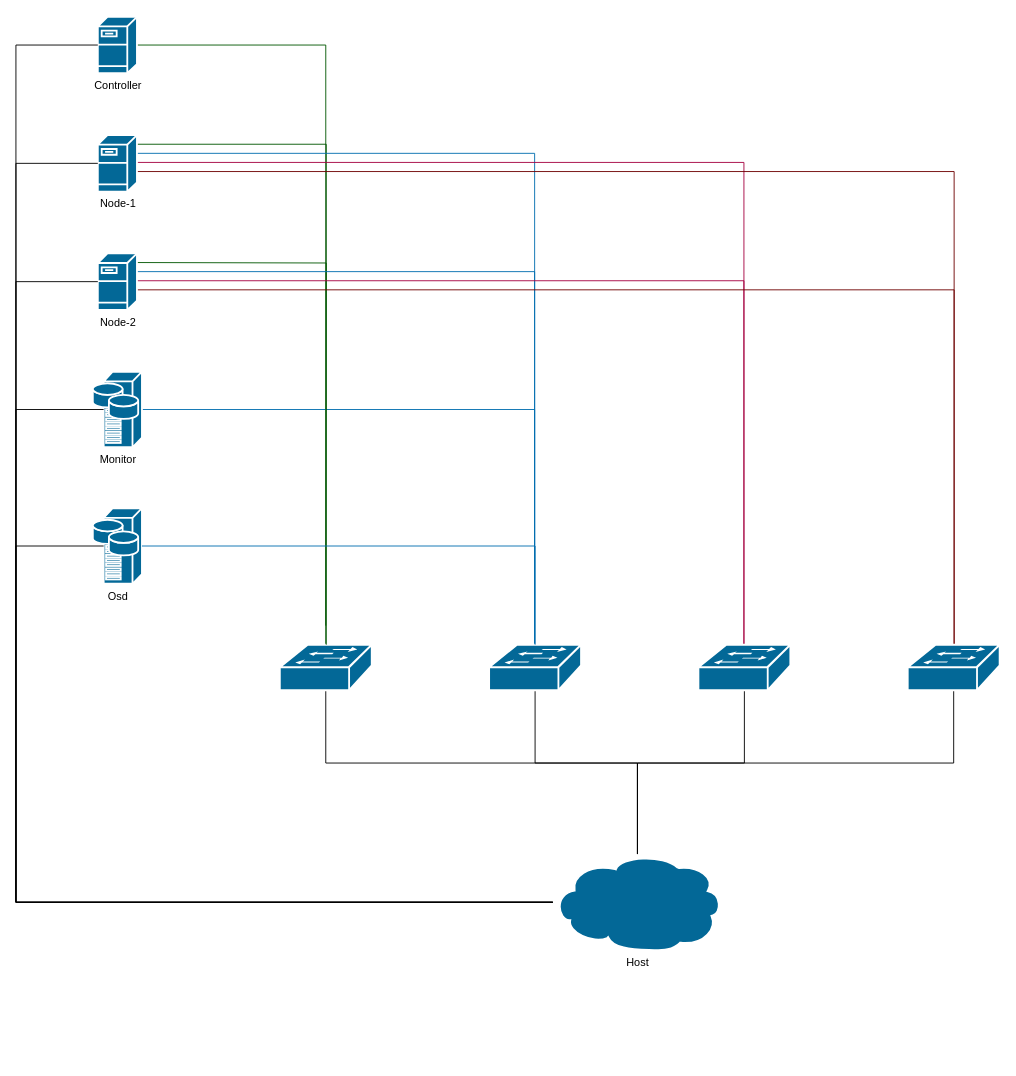
This is docs/img/network.drawio from kkemis/Design-of-on-premises-private-cloud-deployment-on-MENDELU, a draw.io file, before an edit. Source tidied: cells renumbered, new cells numbered last; positions are measured from the earlier drawing's top-left corner, leaving out a move shared by most shapes. Both pictures are drawn from the tidied source at 91%, with x=0, y=0 at pixel (15, 16).
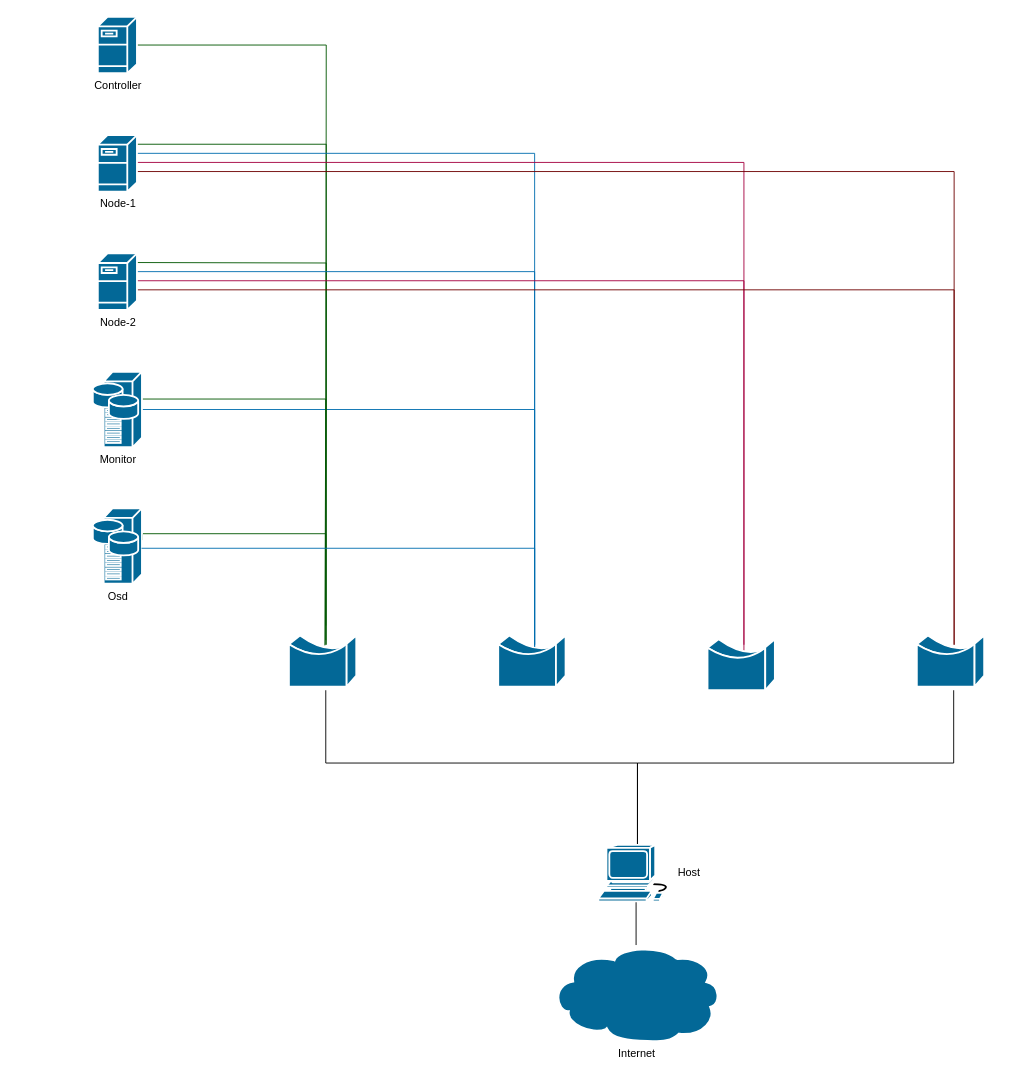
Above is the later version.

Unchanged cells that the change refers to:
```xml
<mxCell id="3" value="Controller" style="shape=mxgraph.cisco.servers.fileserver;sketch=0;html=1;dashed=0;fillColor=#036897;strokeColor=#ffffff;strokeWidth=2;verticalLabelPosition=bottom;verticalAlign=top;align=center;outlineConnect=0;" parent="1" vertex="1">
  <mxGeometry x="90" width="43" height="62" as="geometry" />
</mxCell>
<mxCell id="5" value="Monitor" style="shape=mxgraph.cisco.servers.storage_server;sketch=0;html=1;dashed=0;fillColor=#036897;strokeColor=#ffffff;strokeWidth=2;verticalLabelPosition=bottom;verticalAlign=top;align=center;outlineConnect=0;" parent="1" vertex="1">
  <mxGeometry x="84.5" y="390" width="54" height="83" as="geometry" />
</mxCell>
<mxCell id="12" value="Node-1" style="shape=mxgraph.cisco.servers.fileserver;sketch=0;html=1;dashed=0;fillColor=#036897;strokeColor=#ffffff;strokeWidth=2;verticalLabelPosition=bottom;verticalAlign=top;align=center;outlineConnect=0;" parent="1" vertex="1">
  <mxGeometry x="90" y="130" width="43" height="62" as="geometry" />
</mxCell>
<mxCell id="17" value="Node-2" style="shape=mxgraph.cisco.servers.fileserver;sketch=0;html=1;dashed=0;fillColor=#036897;strokeColor=#ffffff;strokeWidth=2;verticalLabelPosition=bottom;verticalAlign=top;align=center;outlineConnect=0;" parent="1" vertex="1">
  <mxGeometry x="90" y="260" width="43" height="62" as="geometry" />
</mxCell>
<mxCell id="18" value="Osd" style="shape=mxgraph.cisco.servers.storage_server;sketch=0;html=1;dashed=0;fillColor=#036897;strokeColor=#ffffff;strokeWidth=2;verticalLabelPosition=bottom;verticalAlign=top;align=center;outlineConnect=0;" parent="1" vertex="1">
  <mxGeometry x="84.5" y="540" width="54" height="83" as="geometry" />
</mxCell>
```

Diff of the diagram source:
```diff
@@
-    <mxCell id="2" style="edgeStyle=orthogonalEdgeStyle;rounded=0;jettySize=auto;html=1;fillColor=#008a00;strokeColor=#005700;endArrow=none;endFill=0;" parent="1" edge="1" source="3" target="7">
-      <mxGeometry relative="1" as="geometry" />
+    <mxCell id="2" style="edgeStyle=orthogonalEdgeStyle;rounded=0;jettySize=auto;html=1;fillColor=#008a00;strokeColor=#005700;endArrow=none;endFill=0;" parent="1" edge="1" source="3">
+      <mxGeometry relative="1" as="geometry">
+        <mxPoint x="340.5" y="690" as="targetPoint" />
+      </mxGeometry>
     </mxCell>
@@
-    <mxCell id="4" style="edgeStyle=orthogonalEdgeStyle;rounded=0;jettySize=auto;html=1;fillColor=#1ba1e2;strokeColor=#006EAF;endArrow=none;endFill=0;" parent="1" edge="1" source="5" target="22">
+    <mxCell id="4" style="edgeStyle=orthogonalEdgeStyle;rounded=0;jettySize=auto;html=1;fillColor=#1ba1e2;strokeColor=#006EAF;endArrow=none;endFill=0;" parent="1" edge="1" source="5">
       <mxGeometry relative="1" as="geometry">
+        <mxPoint x="570" y="690" as="targetPoint" />
         <Array as="points">
           <mxPoint x="570" y="431" />
         </Array>
       </mxGeometry>
     </mxCell>
+    <mxCell id="32" style="edgeStyle=orthogonalEdgeStyle;rounded=0;orthogonalLoop=1;jettySize=auto;html=1;fillColor=#008a00;strokeColor=#005700;endArrow=none;endFill=0;" parent="1" edge="1">
+      <mxGeometry relative="1" as="geometry">
+        <mxPoint x="137" y="420" as="sourcePoint" />
+        <mxPoint x="339.5" y="690.7" as="targetPoint" />
+        <Array as="points">
+          <mxPoint x="340.5" y="420" />
+          <mxPoint x="340.5" y="691" />
+        </Array>
+      </mxGeometry>
+    </mxCell>
@@
-    <mxCell id="6" style="edgeStyle=orthogonalEdgeStyle;rounded=0;jettySize=auto;html=1;endArrow=none;endFill=0;" parent="1" edge="1" source="7" target="27">
+    <mxCell id="6" style="edgeStyle=orthogonalEdgeStyle;rounded=0;jettySize=auto;html=1;endArrow=none;endFill=0;" parent="1" edge="1" target="39">
       <mxGeometry relative="1" as="geometry">
+        <mxPoint x="340.5" y="740" as="sourcePoint" />
         <Array as="points">
-          <mxPoint x="341" y="820" />
+          <mxPoint x="340" y="820" />
           <mxPoint x="683" y="820" />
+          <mxPoint x="683" y="961" />
         </Array>
       </mxGeometry>
     </mxCell>
-    <mxCell id="7" style="shape=mxgraph.cisco.switches.workgroup_switch;sketch=0;html=1;dashed=0;fillColor=#036897;strokeColor=#ffffff;strokeWidth=2;verticalLabelPosition=bottom;verticalAlign=top;align=center;outlineConnect=0;" parent="1" vertex="1">
-      <mxGeometry x="290" y="690" width="101" height="50" as="geometry" />
-    </mxCell>
-    <mxCell id="8" style="edgeStyle=orthogonalEdgeStyle;rounded=0;jettySize=auto;html=1;fillColor=#008a00;strokeColor=#005700;endArrow=none;endFill=0;" parent="1" edge="1" source="12" target="7">
+    <mxCell id="8" style="edgeStyle=orthogonalEdgeStyle;rounded=0;jettySize=auto;html=1;fillColor=#008a00;strokeColor=#005700;endArrow=none;endFill=0;" parent="1" edge="1" source="12">
       <mxGeometry relative="1" as="geometry">
+        <mxPoint x="341" y="690" as="targetPoint" />
         <Array as="points">
           <mxPoint x="341" y="140" />
         </Array>
       </mxGeometry>
     </mxCell>
-    <mxCell id="9" style="edgeStyle=orthogonalEdgeStyle;rounded=0;jettySize=auto;html=1;endArrow=none;endFill=0;fillColor=#1ba1e2;strokeColor=#006EAF;" parent="1" edge="1" source="12" target="22">
+    <mxCell id="9" style="edgeStyle=orthogonalEdgeStyle;rounded=0;jettySize=auto;html=1;endArrow=none;endFill=0;fillColor=#1ba1e2;strokeColor=#006EAF;" parent="1" edge="1" source="12">
       <mxGeometry relative="1" as="geometry">
+        <mxPoint x="570" y="690" as="targetPoint" />
         <Array as="points">
           <mxPoint x="570" y="150" />
         </Array>
       </mxGeometry>
     </mxCell>
@@
-    <mxCell id="11" style="edgeStyle=orthogonalEdgeStyle;rounded=0;jettySize=auto;html=1;fillColor=#a20025;strokeColor=#6F0000;endArrow=none;endFill=0;" parent="1" edge="1" source="12" target="24">
+    <mxCell id="11" style="edgeStyle=orthogonalEdgeStyle;rounded=0;jettySize=auto;html=1;fillColor=#a20025;strokeColor=#6F0000;endArrow=none;endFill=0;" parent="1" edge="1" source="12">
       <mxGeometry relative="1" as="geometry">
+        <mxPoint x="1031" y="690" as="targetPoint" />
         <Array as="points">
           <mxPoint x="1031" y="170" />
         </Array>
       </mxGeometry>
     </mxCell>
@@
-    <mxCell id="16" style="edgeStyle=orthogonalEdgeStyle;rounded=0;jettySize=auto;html=1;fillColor=#a20025;strokeColor=#6F0000;endArrow=none;endFill=0;" parent="1" edge="1" source="17" target="24">
+    <mxCell id="16" style="edgeStyle=orthogonalEdgeStyle;rounded=0;jettySize=auto;html=1;fillColor=#a20025;strokeColor=#6F0000;endArrow=none;endFill=0;" parent="1" edge="1" source="17">
       <mxGeometry relative="1" as="geometry">
+        <mxPoint x="1031" y="690" as="targetPoint" />
         <Array as="points">
           <mxPoint x="1031" y="300" />
         </Array>
       </mxGeometry>
     </mxCell>
@@
+    <mxCell id="33" style="edgeStyle=orthogonalEdgeStyle;rounded=0;orthogonalLoop=1;jettySize=auto;html=1;fillColor=#008a00;strokeColor=#005700;endArrow=none;endFill=0;" parent="1" edge="1">
+      <mxGeometry relative="1" as="geometry">
+        <mxPoint x="139" y="575" as="sourcePoint" />
+        <mxPoint x="340.5" y="685" as="targetPoint" />
+        <Array as="points">
+          <mxPoint x="139" y="568" />
+          <mxPoint x="341" y="568" />
+        </Array>
+      </mxGeometry>
+    </mxCell>
@@
-    <mxCell id="19" style="edgeStyle=orthogonalEdgeStyle;rounded=0;jettySize=auto;html=1;endArrow=none;endFill=0;" parent="1" edge="1" source="20" target="27">
-      <mxGeometry relative="1" as="geometry">
-        <Array as="points">
-          <mxPoint x="801" y="820" />
-          <mxPoint x="683" y="820" />
-        </Array>
-      </mxGeometry>
-    </mxCell>
-    <mxCell id="20" style="shape=mxgraph.cisco.switches.workgroup_switch;sketch=0;html=1;dashed=0;fillColor=#036897;strokeColor=#ffffff;strokeWidth=2;verticalLabelPosition=bottom;verticalAlign=top;align=center;outlineConnect=0;" parent="1" vertex="1">
-      <mxGeometry x="750" y="690" width="101" height="50" as="geometry" />
-    </mxCell>
-    <mxCell id="21" style="edgeStyle=orthogonalEdgeStyle;rounded=0;jettySize=auto;html=1;endArrow=none;endFill=0;" parent="1" edge="1" source="22" target="27">
-      <mxGeometry relative="1" as="geometry">
-        <Array as="points">
-          <mxPoint x="571" y="820" />
-          <mxPoint x="683" y="820" />
-        </Array>
-      </mxGeometry>
-    </mxCell>
-    <mxCell id="22" style="shape=mxgraph.cisco.switches.workgroup_switch;sketch=0;html=1;dashed=0;fillColor=#036897;strokeColor=#ffffff;strokeWidth=2;verticalLabelPosition=bottom;verticalAlign=top;align=center;outlineConnect=0;" parent="1" vertex="1">
-      <mxGeometry x="520" y="690" width="101" height="50" as="geometry" />
-    </mxCell>
-    <mxCell id="23" style="edgeStyle=orthogonalEdgeStyle;rounded=0;jettySize=auto;html=1;endArrow=none;endFill=0;" parent="1" edge="1" source="24" target="27">
+    <mxCell id="23" style="edgeStyle=orthogonalEdgeStyle;rounded=0;jettySize=auto;html=1;endArrow=none;endFill=0;" parent="1" edge="1" target="39">
       <mxGeometry relative="1" as="geometry">
+        <mxPoint x="1030.5" y="740" as="sourcePoint" />
         <Array as="points">
-          <mxPoint x="1031" y="820" />
+          <mxPoint x="1030" y="820" />
           <mxPoint x="683" y="820" />
         </Array>
       </mxGeometry>
     </mxCell>
-    <mxCell id="24" style="shape=mxgraph.cisco.switches.workgroup_switch;sketch=0;html=1;dashed=0;fillColor=#036897;strokeColor=#ffffff;strokeWidth=2;verticalLabelPosition=bottom;verticalAlign=top;align=center;outlineConnect=0;" parent="1" vertex="1">
-      <mxGeometry x="980" y="690" width="101" height="50" as="geometry" />
-    </mxCell>
-    <mxCell id="25" style="edgeStyle=orthogonalEdgeStyle;rounded=0;jettySize=auto;html=1;entryX=0.5;entryY=0;entryDx=0;entryDy=0;entryPerimeter=0;endArrow=none;endFill=0;fillColor=#1ba1e2;strokeColor=#006EAF;" parent="1" edge="1" source="18" target="22">
+    <mxCell id="25" style="edgeStyle=orthogonalEdgeStyle;rounded=0;orthogonalLoop=1;jettySize=auto;html=1;entryX=0.5;entryY=0;entryDx=0;entryDy=0;entryPerimeter=0;endArrow=none;endFill=0;fillColor=#1ba1e2;strokeColor=#006EAF;" parent="1" edge="1">
       <mxGeometry relative="1" as="geometry">
+        <mxPoint x="138" y="584" as="sourcePoint" />
+        <mxPoint x="570" y="692.5" as="targetPoint" />
         <Array as="points">
-          <mxPoint x="571" y="581" />
+          <mxPoint x="570.5" y="583.5" />
         </Array>
       </mxGeometry>
     </mxCell>
-    <mxCell id="26" style="edgeStyle=orthogonalEdgeStyle;rounded=0;jettySize=auto;html=1;endArrow=none;endFill=0;" parent="1" edge="1" source="27" target="17">
-      <mxGeometry relative="1" as="geometry">
-        <Array as="points">
-          <mxPoint y="973" />
-          <mxPoint y="291" />
-        </Array>
-      </mxGeometry>
-    </mxCell>
+    <mxCell id="34" style="shape=mxgraph.cisco.misc.bridge;html=1;dashed=0;fillColor=#036897;strokeColor=#ffffff;strokeWidth=2;verticalLabelPosition=bottom;verticalAlign=top;align=center;" parent="1" vertex="1">
+      <mxGeometry x="990" y="680" width="74" height="56" as="geometry" />
+    </mxCell>
+    <mxCell id="35" style="shape=mxgraph.cisco.misc.bridge;html=1;dashed=0;fillColor=#036897;strokeColor=#ffffff;strokeWidth=2;verticalLabelPosition=bottom;verticalAlign=top;align=center;" parent="1" vertex="1">
+      <mxGeometry x="760" y="684" width="74" height="56" as="geometry" />
+    </mxCell>
+    <mxCell id="36" style="shape=mxgraph.cisco.misc.bridge;html=1;dashed=0;fillColor=#036897;strokeColor=#ffffff;strokeWidth=2;verticalLabelPosition=bottom;verticalAlign=top;align=center;" parent="1" vertex="1">
+      <mxGeometry x="530" y="680" width="74" height="56" as="geometry" />
+    </mxCell>
+    <mxCell id="37" style="shape=mxgraph.cisco.misc.bridge;html=1;dashed=0;fillColor=#036897;strokeColor=#ffffff;strokeWidth=2;verticalLabelPosition=bottom;verticalAlign=top;align=center;" parent="1" vertex="1">
+      <mxGeometry x="300" y="680" width="74" height="56" as="geometry" />
+    </mxCell>
+    <mxCell id="38" style="edgeStyle=orthogonalEdgeStyle;rounded=0;jettySize=auto;html=1;endArrow=none;endFill=0;" parent="1" edge="1" source="39" target="40">
+      <mxGeometry relative="1" as="geometry" />
+    </mxCell>
+    <mxCell id="39" style="shape=mxgraph.cisco.computers_and_peripherals.workstation;sketch=0;html=1;dashed=0;fillColor=#036897;strokeColor=#ffffff;strokeWidth=2;verticalLabelPosition=bottom;verticalAlign=top;align=center;outlineConnect=0;" parent="1" vertex="1">
+      <mxGeometry x="640" y="910" width="83" height="62" as="geometry" />
+    </mxCell>
+    <mxCell id="40" value="Internet" style="shape=mxgraph.cisco.storage.cloud;sketch=0;html=1;dashed=0;fillColor=#036897;strokeColor=#ffffff;strokeWidth=2;verticalLabelPosition=bottom;verticalAlign=top;align=center;outlineConnect=0;" parent="1" vertex="1">
+      <mxGeometry x="588.5" y="1020" width="186" height="106" as="geometry" />
+    </mxCell>
-    <mxCell id="27" value="Host" style="shape=mxgraph.cisco.storage.cloud;sketch=0;html=1;dashed=0;fillColor=#036897;strokeColor=#ffffff;strokeWidth=2;verticalLabelPosition=bottom;verticalAlign=top;align=center;outlineConnect=0;" parent="1" vertex="1">
-      <mxGeometry x="590" y="920" width="186" height="106" as="geometry" />
+    <mxCell id="27" value="Host" style="text;html=1;align=center;verticalAlign=middle;whiteSpace=wrap;rounded=0;" parent="1" vertex="1">
+      <mxGeometry x="710" y="926" width="60" height="30" as="geometry" />
     </mxCell>
-    <mxCell id="28" style="edgeStyle=orthogonalEdgeStyle;rounded=0;jettySize=auto;html=1;entryX=0;entryY=0.5;entryDx=0;entryDy=0;entryPerimeter=0;endArrow=none;endFill=0;" parent="1" edge="1" source="27" target="3">
-      <mxGeometry relative="1" as="geometry">
-        <Array as="points">
-          <mxPoint y="973" />
-          <mxPoint y="31" />
-        </Array>
-      </mxGeometry>
-    </mxCell>
-    <mxCell id="29" style="edgeStyle=orthogonalEdgeStyle;rounded=0;jettySize=auto;html=1;entryX=0;entryY=0.5;entryDx=0;entryDy=0;entryPerimeter=0;endArrow=none;endFill=0;" parent="1" edge="1" source="27" target="12">
-      <mxGeometry relative="1" as="geometry">
-        <Array as="points">
-          <mxPoint y="973" />
-          <mxPoint y="161" />
-        </Array>
-      </mxGeometry>
-    </mxCell>
-    <mxCell id="30" style="edgeStyle=orthogonalEdgeStyle;rounded=0;jettySize=auto;html=1;entryX=0.22;entryY=0.5;entryDx=0;entryDy=0;entryPerimeter=0;endArrow=none;endFill=0;" parent="1" edge="1" source="27" target="18">
-      <mxGeometry relative="1" as="geometry">
-        <Array as="points">
-          <mxPoint y="973" />
-          <mxPoint y="582" />
-        </Array>
-      </mxGeometry>
-    </mxCell>
-    <mxCell id="31" style="edgeStyle=orthogonalEdgeStyle;rounded=0;jettySize=auto;html=1;entryX=0.22;entryY=0.5;entryDx=0;entryDy=0;entryPerimeter=0;endArrow=none;endFill=0;" parent="1" edge="1" source="27" target="5">
-      <mxGeometry relative="1" as="geometry">
-        <Array as="points">
-          <mxPoint y="973" />
-          <mxPoint y="432" />
-        </Array>
-      </mxGeometry>
-    </mxCell>
```
